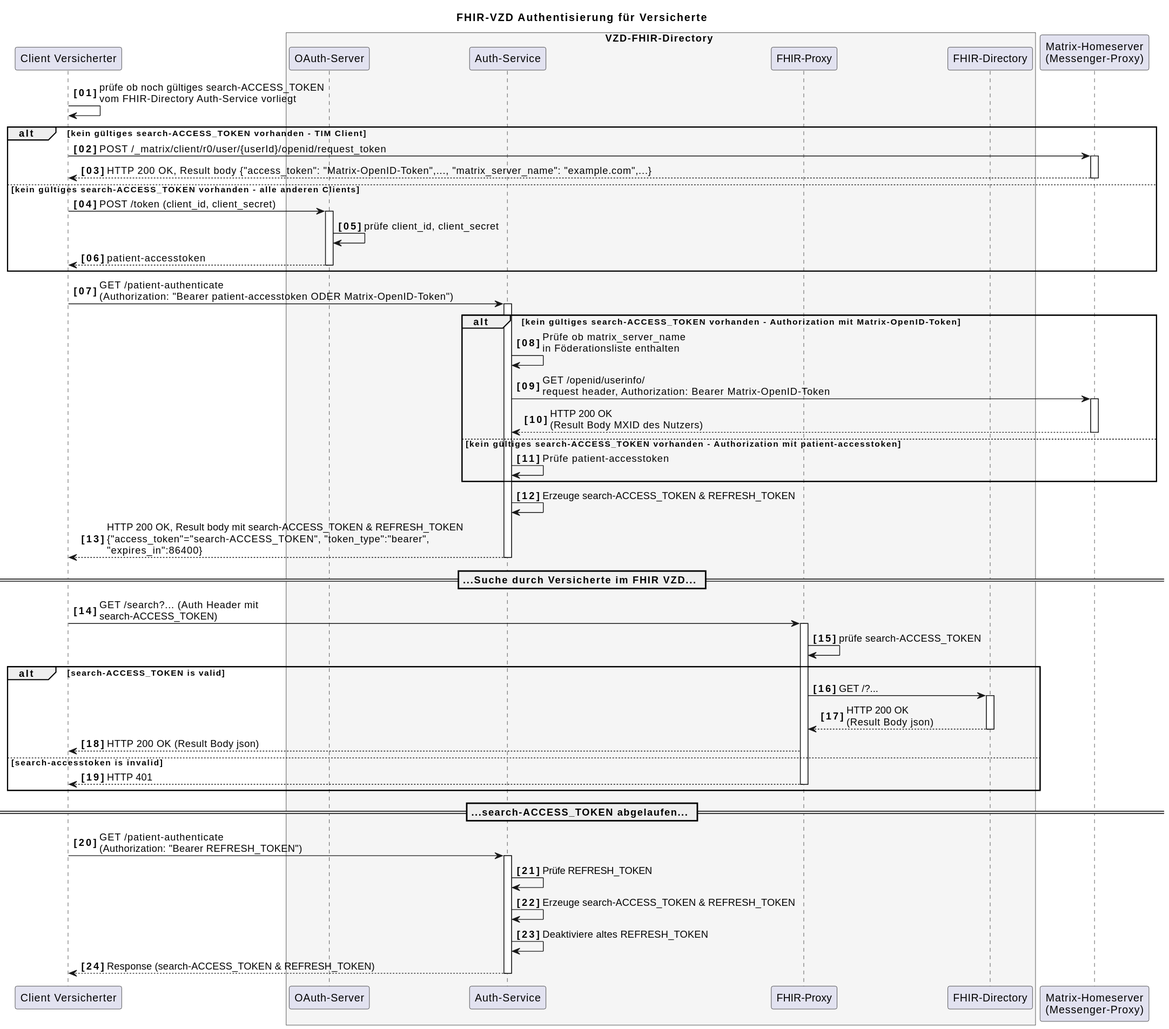
gematik/api-vzd keeps this PlantUML diagram as images/diagrams/SequenceDiagram.FHIR-Directory.fdv.search.tim.svg. Above is the earlier version.
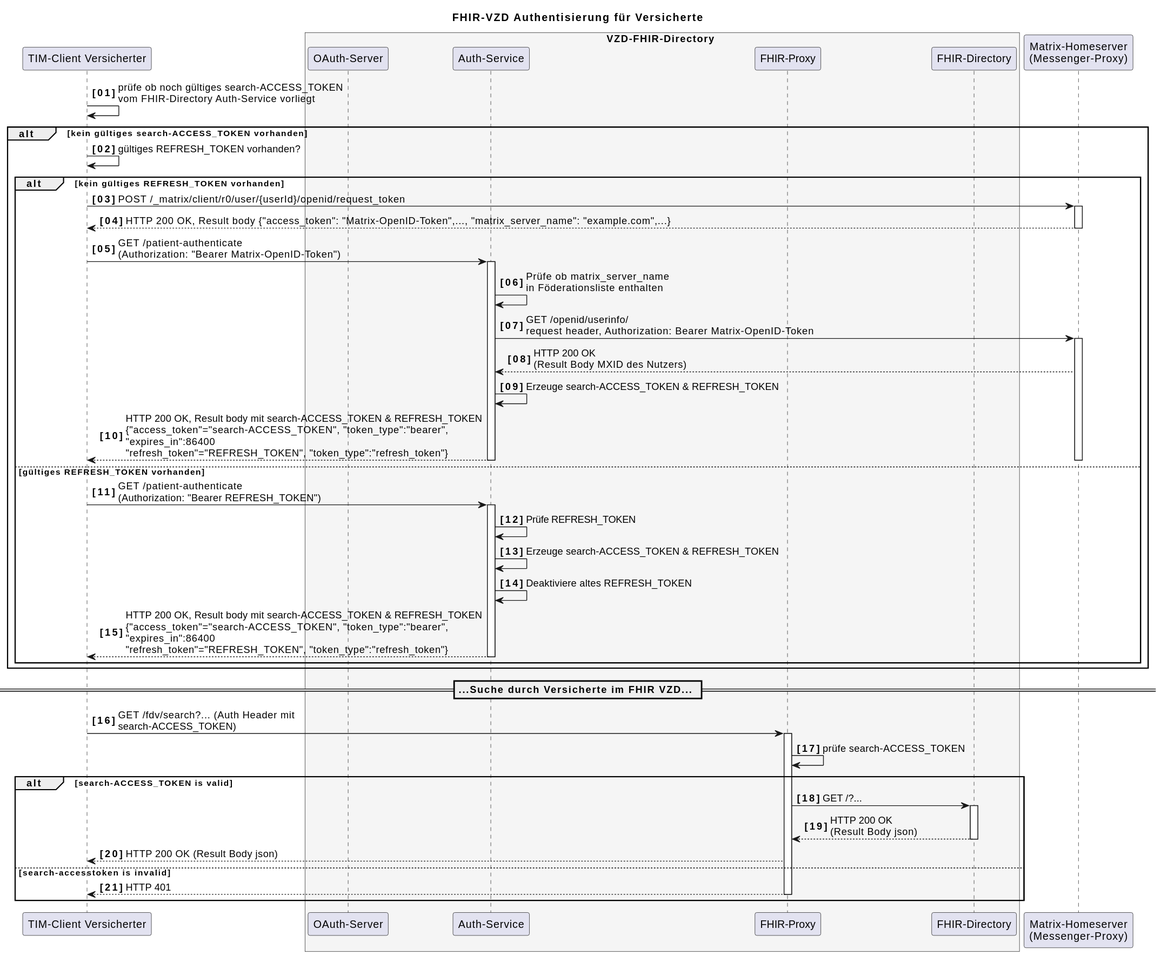
The same file after the commit.

Commit message:
Commit from GitHub Actions (GeneratePlantumlImages)

The edit, as a diff of the source:
```diff
@@ -2,7 +2,7 @@
 autonumber 1 1 "<b>[00]"
 title "FHIR-VZD Authentisierung für Versicherte"
 
-participant VClient as "Client Versicherter"
+participant VClient as "TIM-Client Versicherter"
 
 box VZD-FHIR-Directory #WhiteSmoke
     participant "OAuth-Server" as VzdOAuth
@@ -15,62 +15,50 @@
 
 VClient-> VClient: prüfe ob noch gültiges search-ACCESS_TOKEN\nvom FHIR-Directory Auth-Service vorliegt
 
-alt kein gültiges search-ACCESS_TOKEN vorhanden - TIM Client
-VClient-> hs: POST /_matrix/client/r0/user/{userId}/openid/request_token
-activate hs
-hs --> VClient: HTTP 200 OK, Result body {"access_token": "Matrix-OpenID-Token",..., "matrix_server_name": "example.com",...}
-deactivate hs
- else kein gültiges search-ACCESS_TOKEN vorhanden - alle anderen Clients
-VClient->VzdOAuth++: POST /token (client_id, client_secret)
-VzdOAuth->VzdOAuth: prüfe client_id, client_secret
-VzdOAuth-->VClient: patient-accesstoken
-deactivate VzdOAuth
+alt kein gültiges search-ACCESS_TOKEN vorhanden
+VClient->VClient: gültiges REFRESH_TOKEN vorhanden?
+alt kein gültiges REFRESH_TOKEN vorhanden
+   VClient-> hs: POST /_matrix/client/r0/user/{userId}/openid/request_token
+   activate hs
+   hs --> VClient: HTTP 200 OK, Result body {"access_token": "Matrix-OpenID-Token",..., "matrix_server_name": "example.com",...}
+   deactivate hs
+
+   VClient->VzdAuth++: GET /patient-authenticate \n(Authorization: "Bearer Matrix-OpenID-Token")
+
+   VzdAuth-> VzdAuth: Prüfe ob matrix_server_name\nin Föderationsliste enthalten
+   VzdAuth-> hs: GET /openid/userinfo/\nrequest header, Authorization: Bearer Matrix-OpenID-Token
+   activate hs
+   hs --> VzdAuth: HTTP 200 OK\n(Result Body MXID des Nutzers)
+   VzdAuth->VzdAuth: Erzeuge search-ACCESS_TOKEN & REFRESH_TOKEN
+   VzdAuth--> VClient: HTTP 200 OK, Result body mit search-ACCESS_TOKEN & REFRESH_TOKEN\n{"access_token"="search-ACCESS_TOKEN", "token_type":"bearer",\n"expires_in":86400\n"refresh_token"="REFRESH_TOKEN", "token_type":"refresh_token"}
+   deactivate VzdAuth
+   deactivate hs
+ else gültiges REFRESH_TOKEN vorhanden
+   VClient->VzdAuth++: GET /patient-authenticate \n(Authorization: "Bearer REFRESH_TOKEN")
+   VzdAuth->VzdAuth: Prüfe REFRESH_TOKEN
+   VzdAuth->VzdAuth: Erzeuge search-ACCESS_TOKEN & REFRESH_TOKEN
+   VzdAuth->VzdAuth: Deaktiviere altes REFRESH_TOKEN
+   VzdAuth--> VClient: HTTP 200 OK, Result body mit search-ACCESS_TOKEN & REFRESH_TOKEN\n{"access_token"="search-ACCESS_TOKEN", "token_type":"bearer",\n"expires_in":86400\n"refresh_token"="REFRESH_TOKEN", "token_type":"refresh_token"}
+   deactivate VzdAuth
+
 end
 
-VClient->VzdAuth++: GET /patient-authenticate \n(Authorization: "Bearer patient-accesstoken ODER Matrix-OpenID-Token")
-
-alt kein gültiges search-ACCESS_TOKEN vorhanden - Authorization mit Matrix-OpenID-Token
-
-VzdAuth-> VzdAuth: Prüfe ob matrix_server_name\nin Föderationsliste enthalten
-VzdAuth-> hs: GET /openid/userinfo/\nrequest header, Authorization: Bearer Matrix-OpenID-Token
-activate hs
-hs --> VzdAuth: HTTP 200 OK\n(Result Body MXID des Nutzers)
-deactivate hs
-
- else kein gültiges search-ACCESS_TOKEN vorhanden - Authorization mit patient-accesstoken
-
-VzdAuth->VzdAuth: Prüfe patient-accesstoken
 end
-
-VzdAuth->VzdAuth: Erzeuge search-ACCESS_TOKEN & REFRESH_TOKEN
-VzdAuth--> VClient: HTTP 200 OK, Result body mit search-ACCESS_TOKEN & REFRESH_TOKEN\n{"access_token"="search-ACCESS_TOKEN", "token_type":"bearer",\n"expires_in":86400}
-deactivate VzdAuth
 
 == ...Suche durch Versicherte im FHIR VZD... ==
 
-VClient -> fp: GET /search?... (Auth Header mit\nsearch-ACCESS_TOKEN)
+VClient -> fp: GET /fdv/search?... (Auth Header mit\nsearch-ACCESS_TOKEN)
 activate fp
 fp -> fp: prüfe search-ACCESS_TOKEN
 
 alt search-ACCESS_TOKEN is valid
-fp -> fd: GET /?...
-activate fd
-fd --> fp: HTTP 200 OK\n(Result Body json)
-deactivate fd
-fp --> VClient : HTTP 200 OK (Result Body json)
-else search-accesstoken is invalid
-fp --> VClient : HTTP 401
-deactivate fp
+   fp -> fd: GET /?...
+   activate fd
+   fd --> fp: HTTP 200 OK\n(Result Body json)
+   deactivate fd
+   fp --> VClient : HTTP 200 OK (Result Body json)
+ else search-accesstoken is invalid
+   fp --> VClient : HTTP 401
+   deactivate fp
 end
-
-== ...search-ACCESS_TOKEN abgelaufen... ==
-
-VClient->VzdAuth++: GET /patient-authenticate \n(Authorization: "Bearer REFRESH_TOKEN")
-VzdAuth->VzdAuth: Prüfe REFRESH_TOKEN
-VzdAuth->VzdAuth: Erzeuge search-ACCESS_TOKEN & REFRESH_TOKEN
-VzdAuth->VzdAuth: Deaktiviere altes REFRESH_TOKEN
-
-VzdAuth-->VClient: Response (search-ACCESS_TOKEN & REFRESH_TOKEN)
-deactivate VzdAuth
-deactivate VzdAuth
 @enduml
```
